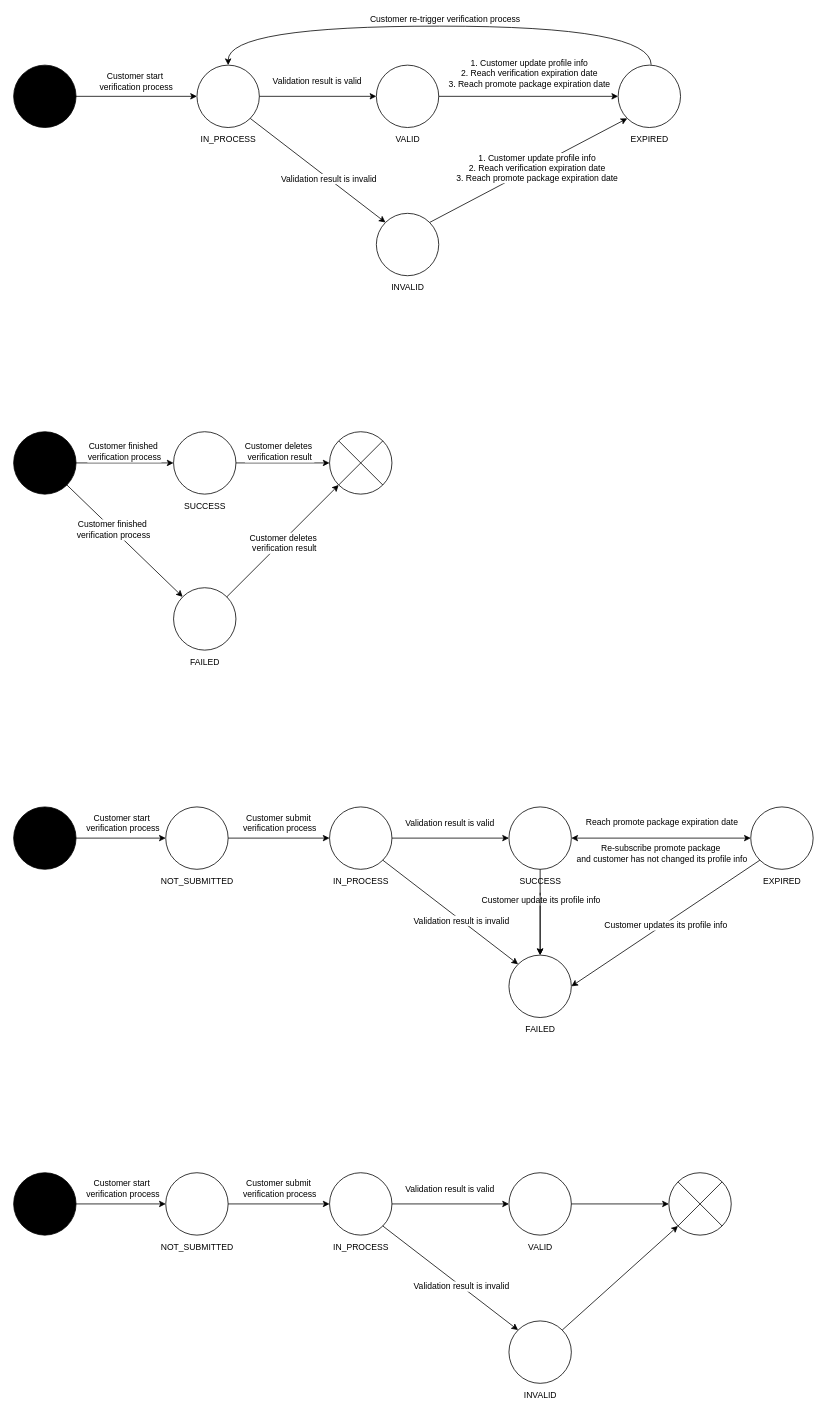
Above: page "Status" (7 of 10) of verification_framework.drawio in huangshijie/Drawio (draw.io), before the change. Source tidied: cells renumbered, new cells numbered last; positions are measured from the earlier drawing's top-left corner, leaving out a move shared by most shapes. Both pictures are drawn from the tidied source at 78%, with x=0, y=0 at pixel (13, 26).
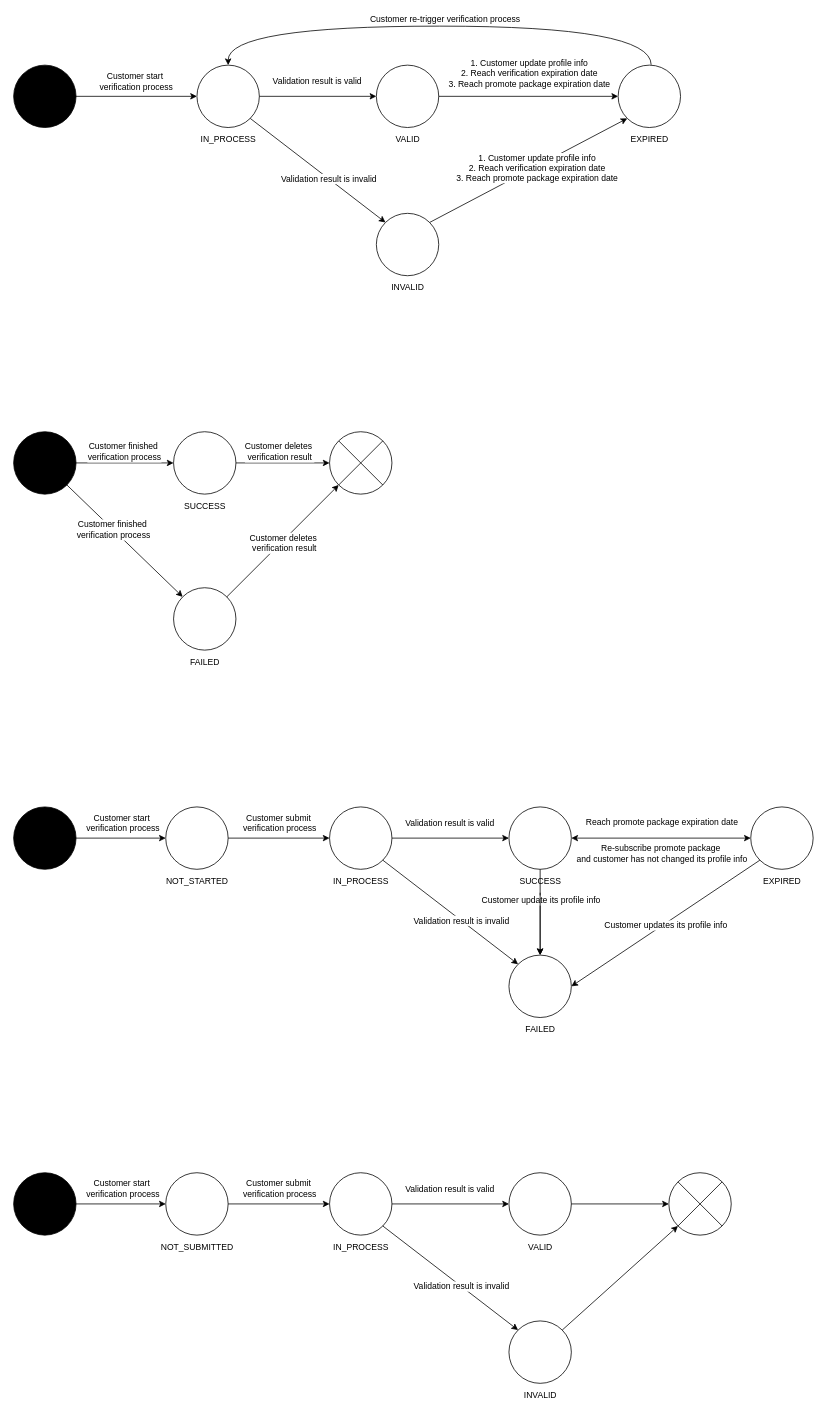
After the change.

Unchanged cells that the change refers to:
```xml
<mxCell id="68" style="group;fontSize=11;" parent="1" vertex="1">
  <mxGeometry x="190" y="1001" width="105" height="110" as="geometry" />
</mxCell>
```

Diff of the diagram source:
```diff
@@
-    <mxCell id="70" value="NOT_SUBMITTED" style="text;html=1;align=center;verticalAlign=middle;strokeColor=none;fillColor=none;fontSize=11;" parent="68" vertex="1">
-      <mxGeometry x="-15" y="80" width="120" height="30" as="geometry" />
+    <mxCell id="70" value="NOT_STARTED" style="text;html=1;align=center;verticalAlign=middle;strokeColor=none;fillColor=none;fontSize=11;" parent="68" vertex="1">
+      <mxGeometry x="-5" y="80" width="100" height="30" as="geometry" />
     </mxCell>
```
